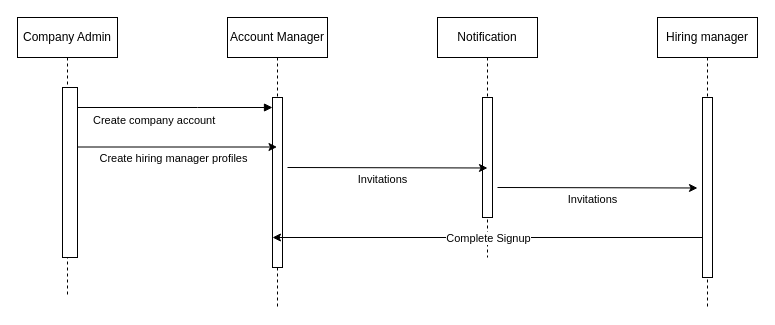
Before: Usecases/drawio_files/company-hiringmanager-signup.drawio in SK11GS/Builders-Glitch, a draw.io diagram. Source tidied: cells renumbered, new cells numbered last; positions are measured from the earlier drawing's top-left corner, leaving out a move shared by most shapes. Both pictures are drawn from the tidied source at 100%, with x=0, y=0 at pixel (17, 17).
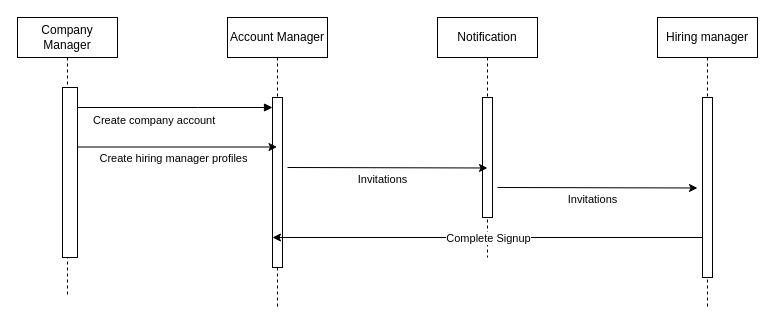
After the change.

The edit, as a diff of the source:
```diff
@@
-    <mxCell id="2" value="Company Admin" style="shape=umlLifeline;perimeter=lifelinePerimeter;whiteSpace=wrap;html=1;newEdgeStyle={&quot;edgeStyle&quot;:&quot;elbowEdgeStyle&quot;,&quot;elbow&quot;:&quot;vertical&quot;,&quot;curved&quot;:0,&quot;rounded&quot;:0};" parent="1" vertex="1">
+    <mxCell id="2" value="Company Manager" style="shape=umlLifeline;perimeter=lifelinePerimeter;whiteSpace=wrap;html=1;newEdgeStyle={&quot;edgeStyle&quot;:&quot;elbowEdgeStyle&quot;,&quot;elbow&quot;:&quot;vertical&quot;,&quot;curved&quot;:0,&quot;rounded&quot;:0};" parent="1" vertex="1">
       <mxGeometry width="100" height="280" as="geometry" />
     </mxCell>
```
